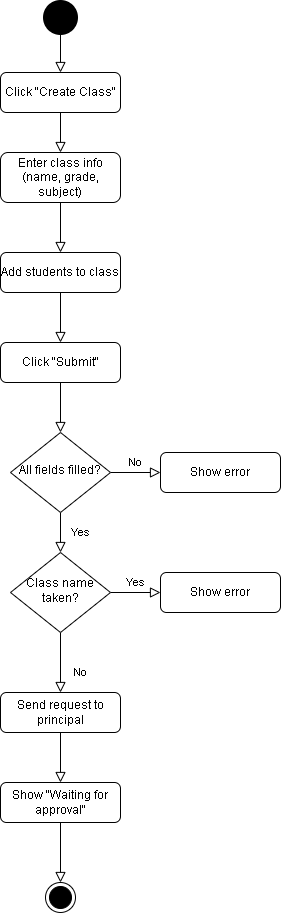
Before: Activity-diagrams/activity-diagram-class-creation.drawio.png, a diagram exported from draw.io (LeandroBakollari/learning-platform). Source tidied: cells renumbered, new cells last; positions are measured from the earlier drawing's top-left corner, leaving out a move shared by most shapes. The source it was exported from:
```xml
<mxGraphModel>
  <root>
    <mxCell id="0" />
    <mxCell id="1" parent="0" />
    <mxCell id="2" style="rounded=0;html=1;jettySize=auto;fontSize=11;endArrow=block;endFill=0;endSize=8;strokeWidth=1;shadow=0;labelBackgroundColor=none;edgeStyle=orthogonalEdgeStyle;" parent="1" edge="1" source="3" target="6">
      <mxGeometry relative="1" as="geometry" />
    </mxCell>
    <mxCell id="3" value="Click &quot;Submit&quot;" style="rounded=1;whiteSpace=wrap;html=1;fontSize=12;glass=0;strokeWidth=1;shadow=0;" parent="1" vertex="1">
      <mxGeometry y="340" width="120" height="40" as="geometry" />
    </mxCell>
    <mxCell id="4" value="Yes" style="rounded=0;html=1;jettySize=auto;fontSize=11;endArrow=block;endFill=0;endSize=8;strokeWidth=1;shadow=0;labelBackgroundColor=none;edgeStyle=orthogonalEdgeStyle;" parent="1" edge="1" source="6" target="10">
      <mxGeometry y="20" relative="1" as="geometry" />
    </mxCell>
    <mxCell id="5" value="No" style="edgeStyle=orthogonalEdgeStyle;rounded=0;html=1;jettySize=auto;fontSize=11;endArrow=block;endFill=0;endSize=8;strokeWidth=1;shadow=0;labelBackgroundColor=none;" parent="1" edge="1" source="6" target="7">
      <mxGeometry y="10" relative="1" as="geometry" />
    </mxCell>
    <mxCell id="6" value="All fields filled?" style="rhombus;whiteSpace=wrap;html=1;shadow=0;fontFamily=Helvetica;fontSize=12;align=center;strokeWidth=1;spacing=6;spacingTop=-4;" parent="1" vertex="1">
      <mxGeometry x="10" y="430" width="100" height="80" as="geometry" />
    </mxCell>
    <mxCell id="7" value="Show error" style="rounded=1;whiteSpace=wrap;html=1;fontSize=12;glass=0;strokeWidth=1;shadow=0;" parent="1" vertex="1">
      <mxGeometry x="160" y="450" width="120" height="40" as="geometry" />
    </mxCell>
    <mxCell id="8" value="No" style="rounded=0;html=1;jettySize=auto;fontSize=11;endArrow=block;endFill=0;endSize=8;strokeWidth=1;shadow=0;labelBackgroundColor=none;edgeStyle=orthogonalEdgeStyle;" parent="1" edge="1" source="10" target="11">
      <mxGeometry x="0.33" y="20" relative="1" as="geometry" />
    </mxCell>
    <mxCell id="9" value="Yes" style="edgeStyle=orthogonalEdgeStyle;rounded=0;html=1;jettySize=auto;fontSize=11;endArrow=block;endFill=0;endSize=8;strokeWidth=1;shadow=0;labelBackgroundColor=none;" parent="1" edge="1" source="10" target="12">
      <mxGeometry y="10" relative="1" as="geometry" />
    </mxCell>
    <mxCell id="10" value="Class name taken?" style="rhombus;whiteSpace=wrap;html=1;shadow=0;fontFamily=Helvetica;fontSize=12;align=center;strokeWidth=1;spacing=6;spacingTop=-4;" parent="1" vertex="1">
      <mxGeometry x="10" y="550" width="100" height="80" as="geometry" />
    </mxCell>
    <mxCell id="11" value="Send request to principal" style="rounded=1;whiteSpace=wrap;html=1;fontSize=12;glass=0;strokeWidth=1;shadow=0;" parent="1" vertex="1">
      <mxGeometry y="690" width="120" height="40" as="geometry" />
    </mxCell>
    <mxCell id="12" value="Show error" style="rounded=1;whiteSpace=wrap;html=1;fontSize=12;glass=0;strokeWidth=1;shadow=0;" parent="1" vertex="1">
      <mxGeometry x="160" y="570" width="120" height="40" as="geometry" />
    </mxCell>
    <mxCell id="13" style="rounded=0;html=1;jettySize=auto;fontSize=11;endArrow=block;endFill=0;endSize=8;strokeWidth=1;shadow=0;labelBackgroundColor=none;edgeStyle=orthogonalEdgeStyle;" parent="1" edge="1" source="14" target="3">
      <mxGeometry relative="1" as="geometry" />
    </mxCell>
    <mxCell id="14" value="Add students to class" style="rounded=1;whiteSpace=wrap;html=1;fontSize=12;glass=0;strokeWidth=1;shadow=0;" parent="1" vertex="1">
      <mxGeometry y="250" width="120" height="40" as="geometry" />
    </mxCell>
    <mxCell id="15" style="rounded=0;html=1;jettySize=auto;fontSize=11;endArrow=block;endFill=0;endSize=8;strokeWidth=1;shadow=0;labelBackgroundColor=none;edgeStyle=orthogonalEdgeStyle;entryX=0.5;entryY=0;entryDx=0;entryDy=0;" parent="1" edge="1" source="16" target="14">
      <mxGeometry relative="1" as="geometry" />
    </mxCell>
    <mxCell id="16" value="Enter class info (name, grade, subject)" style="rounded=1;whiteSpace=wrap;html=1;fontSize=12;glass=0;strokeWidth=1;shadow=0;" parent="1" vertex="1">
      <mxGeometry y="150" width="120" height="50" as="geometry" />
    </mxCell>
    <mxCell id="17" style="rounded=0;html=1;jettySize=auto;fontSize=11;endArrow=block;endFill=0;endSize=8;strokeWidth=1;shadow=0;labelBackgroundColor=none;edgeStyle=orthogonalEdgeStyle;entryX=0.5;entryY=0;entryDx=0;entryDy=0;" parent="1" edge="1" source="18" target="16">
      <mxGeometry relative="1" as="geometry" />
    </mxCell>
    <mxCell id="18" value="Click &quot;Create Class&quot;" style="rounded=1;whiteSpace=wrap;html=1;fontSize=12;glass=0;strokeWidth=1;shadow=0;" parent="1" vertex="1">
      <mxGeometry y="70" width="120" height="40" as="geometry" />
    </mxCell>
    <mxCell id="19" style="rounded=0;html=1;jettySize=auto;fontSize=11;endArrow=block;endFill=0;endSize=8;strokeWidth=1;shadow=0;labelBackgroundColor=none;edgeStyle=orthogonalEdgeStyle;entryX=0.5;entryY=0;entryDx=0;entryDy=0;" parent="1" edge="1" source="20" target="22">
      <mxGeometry relative="1" as="geometry" />
    </mxCell>
    <mxCell id="20" value="Show &quot;Waiting for approval&quot;" style="rounded=1;whiteSpace=wrap;html=1;fontSize=12;glass=0;strokeWidth=1;shadow=0;" parent="1" vertex="1">
      <mxGeometry y="780" width="120" height="40" as="geometry" />
    </mxCell>
    <mxCell id="21" style="rounded=0;html=1;jettySize=auto;fontSize=11;endArrow=block;endFill=0;endSize=8;strokeWidth=1;shadow=0;labelBackgroundColor=none;edgeStyle=orthogonalEdgeStyle;" parent="1" edge="1" source="11" target="20">
      <mxGeometry relative="1" as="geometry" />
    </mxCell>
    <mxCell id="22" style="ellipse;html=1;shape=endState;fillColor=#000000;strokeColor=#000000;" parent="1" vertex="1">
      <mxGeometry x="45" y="880" width="30" height="30" as="geometry" />
    </mxCell>
    <mxCell id="23" style="ellipse;html=1;shape=endState;fillColor=#000000;strokeColor=#000000;strokeWidth=5;" parent="1" vertex="1">
      <mxGeometry x="45" width="30" height="30" as="geometry" />
    </mxCell>
    <mxCell id="24" style="rounded=0;html=1;jettySize=auto;fontSize=11;endArrow=block;endFill=0;endSize=8;strokeWidth=1;shadow=0;labelBackgroundColor=none;edgeStyle=orthogonalEdgeStyle;" parent="1" edge="1" source="23" target="18">
      <mxGeometry relative="1" as="geometry" />
    </mxCell>
  </root>
</mxGraphModel>
```
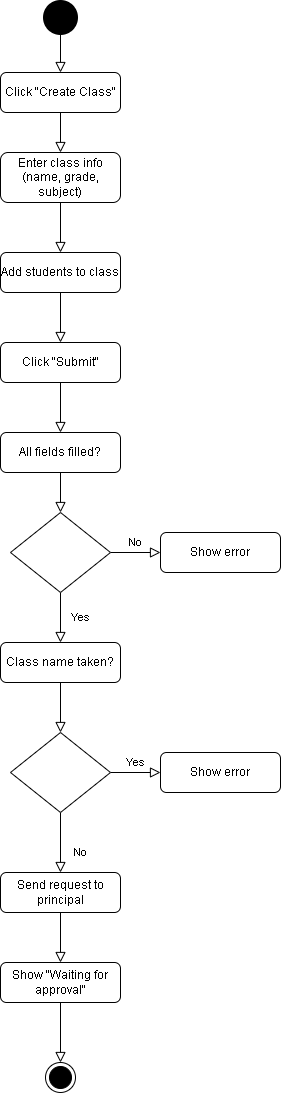
The same file after the commit.

The edit, as a diff of the source:
```diff
@@ -2,23 +2,23 @@
   <root>
     <mxCell id="0" />
     <mxCell id="1" parent="0" />
-    <mxCell id="2" style="rounded=0;html=1;jettySize=auto;fontSize=11;endArrow=block;endFill=0;endSize=8;strokeWidth=1;shadow=0;labelBackgroundColor=none;edgeStyle=orthogonalEdgeStyle;" parent="1" edge="1" source="3" target="6">
+    <mxCell id="2" style="rounded=0;html=1;jettySize=auto;fontSize=11;endArrow=block;endFill=0;endSize=8;strokeWidth=1;shadow=0;labelBackgroundColor=none;edgeStyle=orthogonalEdgeStyle;" parent="1" edge="1" source="3" target="26">
       <mxGeometry relative="1" as="geometry" />
     </mxCell>
     <mxCell id="3" value="Click &quot;Submit&quot;" style="rounded=1;whiteSpace=wrap;html=1;fontSize=12;glass=0;strokeWidth=1;shadow=0;" parent="1" vertex="1">
       <mxGeometry y="340" width="120" height="40" as="geometry" />
     </mxCell>
-    <mxCell id="4" value="Yes" style="rounded=0;html=1;jettySize=auto;fontSize=11;endArrow=block;endFill=0;endSize=8;strokeWidth=1;shadow=0;labelBackgroundColor=none;edgeStyle=orthogonalEdgeStyle;" parent="1" edge="1" source="6" target="10">
+    <mxCell id="4" value="Yes" style="rounded=0;html=1;jettySize=auto;fontSize=11;endArrow=block;endFill=0;endSize=8;strokeWidth=1;shadow=0;labelBackgroundColor=none;edgeStyle=orthogonalEdgeStyle;" parent="1" edge="1" source="6" target="28">
       <mxGeometry y="20" relative="1" as="geometry" />
     </mxCell>
     <mxCell id="5" value="No" style="edgeStyle=orthogonalEdgeStyle;rounded=0;html=1;jettySize=auto;fontSize=11;endArrow=block;endFill=0;endSize=8;strokeWidth=1;shadow=0;labelBackgroundColor=none;" parent="1" edge="1" source="6" target="7">
       <mxGeometry y="10" relative="1" as="geometry" />
     </mxCell>
-    <mxCell id="6" value="All fields filled?" style="rhombus;whiteSpace=wrap;html=1;shadow=0;fontFamily=Helvetica;fontSize=12;align=center;strokeWidth=1;spacing=6;spacingTop=-4;" parent="1" vertex="1">
-      <mxGeometry x="10" y="430" width="100" height="80" as="geometry" />
+    <mxCell id="6" style="rhombus;whiteSpace=wrap;html=1;shadow=0;fontFamily=Helvetica;fontSize=12;align=center;strokeWidth=1;spacing=6;spacingTop=-4;" parent="1" vertex="1">
+      <mxGeometry x="10" y="510" width="100" height="80" as="geometry" />
     </mxCell>
     <mxCell id="7" value="Show error" style="rounded=1;whiteSpace=wrap;html=1;fontSize=12;glass=0;strokeWidth=1;shadow=0;" parent="1" vertex="1">
-      <mxGeometry x="160" y="450" width="120" height="40" as="geometry" />
+      <mxGeometry x="160" y="530" width="120" height="40" as="geometry" />
     </mxCell>
     <mxCell id="8" value="No" style="rounded=0;html=1;jettySize=auto;fontSize=11;endArrow=block;endFill=0;endSize=8;strokeWidth=1;shadow=0;labelBackgroundColor=none;edgeStyle=orthogonalEdgeStyle;" parent="1" edge="1" source="10" target="11">
       <mxGeometry x="0.33" y="20" relative="1" as="geometry" />
@@ -26,14 +26,14 @@
     <mxCell id="9" value="Yes" style="edgeStyle=orthogonalEdgeStyle;rounded=0;html=1;jettySize=auto;fontSize=11;endArrow=block;endFill=0;endSize=8;strokeWidth=1;shadow=0;labelBackgroundColor=none;" parent="1" edge="1" source="10" target="12">
       <mxGeometry y="10" relative="1" as="geometry" />
     </mxCell>
-    <mxCell id="10" value="Class name taken?" style="rhombus;whiteSpace=wrap;html=1;shadow=0;fontFamily=Helvetica;fontSize=12;align=center;strokeWidth=1;spacing=6;spacingTop=-4;" parent="1" vertex="1">
-      <mxGeometry x="10" y="550" width="100" height="80" as="geometry" />
+    <mxCell id="10" style="rhombus;whiteSpace=wrap;html=1;shadow=0;fontFamily=Helvetica;fontSize=12;align=center;strokeWidth=1;spacing=6;spacingTop=-4;" parent="1" vertex="1">
+      <mxGeometry x="10" y="730" width="100" height="80" as="geometry" />
     </mxCell>
     <mxCell id="11" value="Send request to principal" style="rounded=1;whiteSpace=wrap;html=1;fontSize=12;glass=0;strokeWidth=1;shadow=0;" parent="1" vertex="1">
-      <mxGeometry y="690" width="120" height="40" as="geometry" />
+      <mxGeometry y="870" width="120" height="40" as="geometry" />
     </mxCell>
     <mxCell id="12" value="Show error" style="rounded=1;whiteSpace=wrap;html=1;fontSize=12;glass=0;strokeWidth=1;shadow=0;" parent="1" vertex="1">
-      <mxGeometry x="160" y="570" width="120" height="40" as="geometry" />
+      <mxGeometry x="160" y="750" width="120" height="40" as="geometry" />
     </mxCell>
     <mxCell id="13" style="rounded=0;html=1;jettySize=auto;fontSize=11;endArrow=block;endFill=0;endSize=8;strokeWidth=1;shadow=0;labelBackgroundColor=none;edgeStyle=orthogonalEdgeStyle;" parent="1" edge="1" source="14" target="3">
       <mxGeometry relative="1" as="geometry" />
@@ -57,13 +57,13 @@
       <mxGeometry relative="1" as="geometry" />
     </mxCell>
     <mxCell id="20" value="Show &quot;Waiting for approval&quot;" style="rounded=1;whiteSpace=wrap;html=1;fontSize=12;glass=0;strokeWidth=1;shadow=0;" parent="1" vertex="1">
-      <mxGeometry y="780" width="120" height="40" as="geometry" />
+      <mxGeometry y="960" width="120" height="40" as="geometry" />
     </mxCell>
     <mxCell id="21" style="rounded=0;html=1;jettySize=auto;fontSize=11;endArrow=block;endFill=0;endSize=8;strokeWidth=1;shadow=0;labelBackgroundColor=none;edgeStyle=orthogonalEdgeStyle;" parent="1" edge="1" source="11" target="20">
       <mxGeometry relative="1" as="geometry" />
     </mxCell>
     <mxCell id="22" style="ellipse;html=1;shape=endState;fillColor=#000000;strokeColor=#000000;" parent="1" vertex="1">
-      <mxGeometry x="45" y="880" width="30" height="30" as="geometry" />
+      <mxGeometry x="45" y="1060" width="30" height="30" as="geometry" />
     </mxCell>
     <mxCell id="23" style="ellipse;html=1;shape=endState;fillColor=#000000;strokeColor=#000000;strokeWidth=5;" parent="1" vertex="1">
       <mxGeometry x="45" width="30" height="30" as="geometry" />
@@ -71,5 +71,22 @@
     <mxCell id="24" style="rounded=0;html=1;jettySize=auto;fontSize=11;endArrow=block;endFill=0;endSize=8;strokeWidth=1;shadow=0;labelBackgroundColor=none;edgeStyle=orthogonalEdgeStyle;" parent="1" edge="1" source="23" target="18">
       <mxGeometry relative="1" as="geometry" />
     </mxCell>
+    <mxCell id="25" style="rounded=0;html=1;jettySize=auto;fontSize=11;endArrow=block;endFill=0;endSize=8;strokeWidth=1;shadow=0;labelBackgroundColor=none;edgeStyle=orthogonalEdgeStyle;" parent="1" edge="1" source="26" target="6">
+      <mxGeometry relative="1" as="geometry">
+        <Array as="points">
+          <mxPoint x="60" y="500" />
+          <mxPoint x="60" y="500" />
+        </Array>
+      </mxGeometry>
+    </mxCell>
+    <mxCell id="26" value="All fields filled?" style="rounded=1;whiteSpace=wrap;html=1;fontSize=12;glass=0;strokeWidth=1;shadow=0;" parent="1" vertex="1">
+      <mxGeometry y="430" width="120" height="40" as="geometry" />
+    </mxCell>
+    <mxCell id="27" style="rounded=0;html=1;jettySize=auto;fontSize=11;endArrow=block;endFill=0;endSize=8;strokeWidth=1;shadow=0;labelBackgroundColor=none;edgeStyle=orthogonalEdgeStyle;" parent="1" edge="1" source="28" target="10">
+      <mxGeometry relative="1" as="geometry" />
+    </mxCell>
+    <mxCell id="28" value="Class name taken?" style="rounded=1;whiteSpace=wrap;html=1;fontSize=12;glass=0;strokeWidth=1;shadow=0;" parent="1" vertex="1">
+      <mxGeometry y="640" width="120" height="40" as="geometry" />
+    </mxCell>
   </root>
 </mxGraphModel>
```
